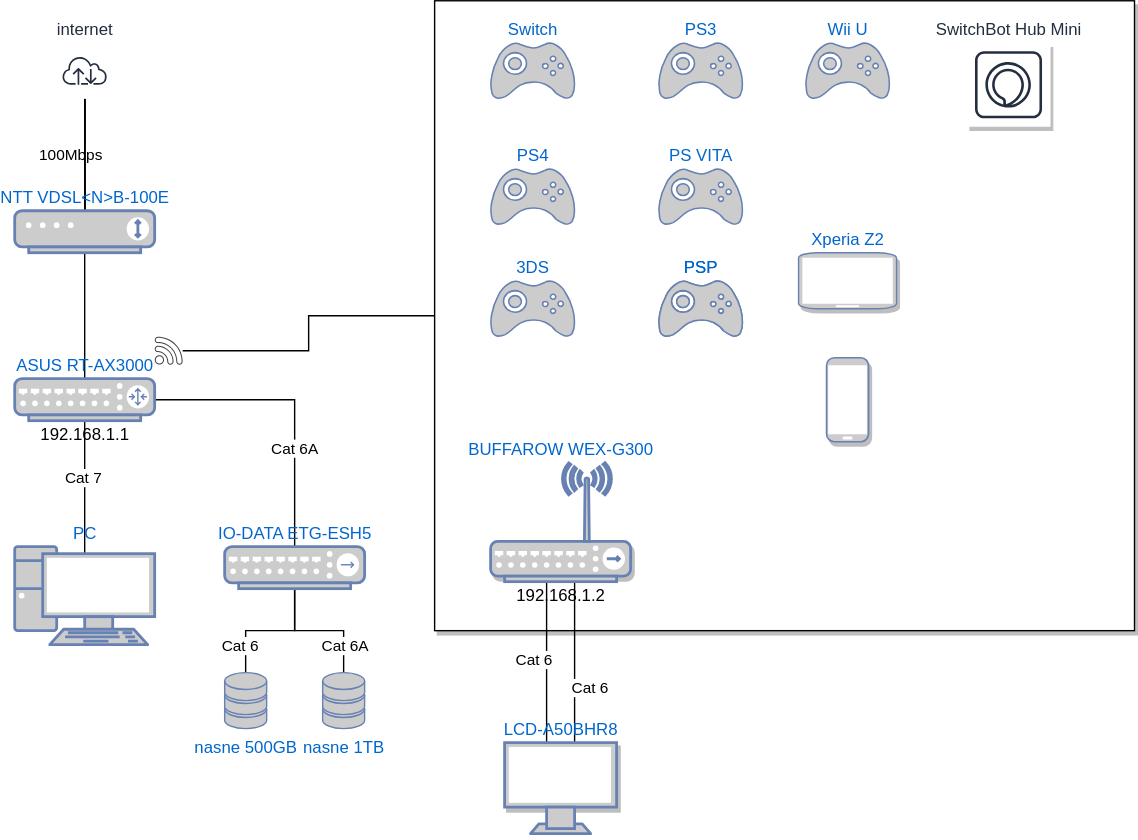
kmor1/home-network keeps this draw.io diagram as home-network.svg. Above is the earlier version. Source tidied: cells renumbered, new cells last; positions are measured from the earlier drawing's top-left corner, leaving out a move shared by most shapes.
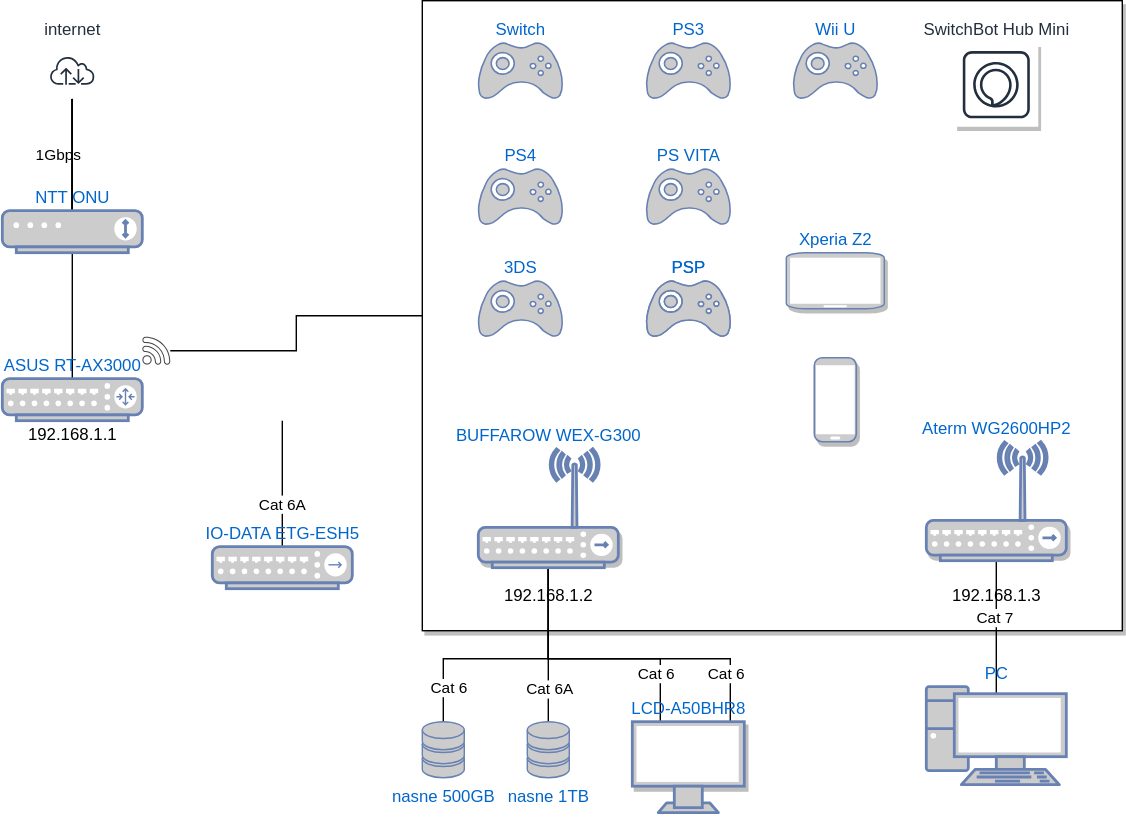
Later version of the same file.

Diff of the diagram source:
```diff
@@ -5,7 +5,7 @@
     <mxCell id="2" style="rounded=0;whiteSpace=wrap;html=1;shadow=1;labelBackgroundColor=none;fillColor=#ffffff;gradientColor=none;" parent="1" vertex="1">
       <mxGeometry x="300" width="500" height="450" as="geometry" />
     </mxCell>
-    <mxCell id="3" value="100Mbps" style="edgeStyle=none;rounded=0;jettySize=auto;html=1;endArrow=none;endFill=0;" parent="1" edge="1" source="9" target="11">
+    <mxCell id="3" value="1Gbps" style="edgeStyle=none;rounded=0;jettySize=auto;html=1;endArrow=none;endFill=0;" parent="1" edge="1" source="9" target="11">
       <mxGeometry y="-10" relative="1" as="geometry" />
     </mxCell>
     <mxCell id="4" style="edgeStyle=none;rounded=0;jettySize=auto;html=1;endArrow=none;endFill=0;strokeColor=#000000;" parent="1" edge="1" source="9" target="11">
@@ -29,10 +29,10 @@
     <mxCell id="10" style="edgeStyle=none;rounded=0;jettySize=auto;html=1;entryX=0.5;entryY=0;entryDx=0;entryDy=0;entryPerimeter=0;endArrow=none;endFill=0;strokeColor=#000000;" parent="1" edge="1" source="11" target="16">
       <mxGeometry relative="1" as="geometry" />
     </mxCell>
-    <mxCell id="11" value="&lt;div&gt;NTT VDSL&amp;lt;N&amp;gt;B-100E&lt;/div&gt;" style="fontColor=#0066CC;verticalAlign=bottom;verticalLabelPosition=top;labelPosition=center;align=center;html=1;outlineConnect=0;fillColor=#CCCCCC;strokeColor=#6881B3;gradientDirection=north;strokeWidth=2;shape=mxgraph.networks.modem;shadow=0;overflow=visible;direction=east;labelBackgroundColor=none;labelBorderColor=none;" parent="1" vertex="1">
+    <mxCell id="11" value="NTT ONU" style="fontColor=#0066CC;verticalAlign=bottom;verticalLabelPosition=top;labelPosition=center;align=center;html=1;outlineConnect=0;fillColor=#CCCCCC;strokeColor=#6881B3;gradientDirection=north;strokeWidth=2;shape=mxgraph.networks.modem;shadow=0;overflow=visible;direction=east;labelBackgroundColor=none;labelBorderColor=none;" parent="1" vertex="1">
       <mxGeometry y="150" width="100" height="30" as="geometry" />
     </mxCell>
-    <mxCell id="12" style="edgeStyle=orthogonalEdgeStyle;rounded=0;jettySize=auto;html=1;entryX=0.5;entryY=0.07;entryDx=0;entryDy=0;entryPerimeter=0;endArrow=none;endFill=0;strokeColor=#000000;" parent="1" edge="1" source="16" target="20">
+    <mxCell id="12" style="edgeStyle=orthogonalEdgeStyle;rounded=0;jettySize=auto;html=1;entryX=0.5;entryY=0.07;entryDx=0;entryDy=0;entryPerimeter=0;endArrow=none;endFill=0;strokeColor=#000000;" parent="1" edge="1" source="46" target="20">
       <mxGeometry relative="1" as="geometry" />
     </mxCell>
     <mxCell id="13" value="Cat 7" style="edgeLabel;html=1;align=center;verticalAlign=middle;" parent="12" vertex="1">
@@ -40,8 +40,10 @@
         <mxPoint y="6" as="offset" />
       </mxGeometry>
     </mxCell>
-    <mxCell id="14" style="edgeStyle=orthogonalEdgeStyle;rounded=0;jettySize=auto;html=1;entryX=0.5;entryY=0;entryDx=0;entryDy=0;entryPerimeter=0;endArrow=none;endFill=0;strokeColor=#000000;" parent="1" edge="1" source="16" target="25">
-      <mxGeometry relative="1" as="geometry" />
+    <mxCell id="14" style="edgeStyle=orthogonalEdgeStyle;rounded=0;jettySize=auto;html=1;entryX=0.5;entryY=0;entryDx=0;entryDy=0;entryPerimeter=0;endArrow=none;endFill=0;strokeColor=#000000;" parent="1" edge="1" target="25">
+      <mxGeometry relative="1" as="geometry">
+        <mxPoint x="200" y="300" as="sourcePoint" />
+      </mxGeometry>
     </mxCell>
     <mxCell id="15" value="Cat 6A" style="edgeLabel;html=1;align=center;verticalAlign=middle;" parent="14" vertex="1">
       <mxGeometry x="0.31" y="-1" relative="1" as="geometry" />
@@ -59,18 +61,28 @@
       <mxGeometry x="100" y="240" width="20" height="20" as="geometry" />
     </mxCell>
     <mxCell id="20" value="PC" style="fontColor=#0066CC;verticalAlign=bottom;verticalLabelPosition=top;labelPosition=center;align=center;html=1;outlineConnect=0;fillColor=#CCCCCC;strokeColor=#6881B3;gradientColor=none;gradientDirection=north;strokeWidth=2;shape=mxgraph.networks.pc;shadow=0;labelBackgroundColor=none;" parent="1" vertex="1">
-      <mxGeometry y="390" width="100" height="70" as="geometry" />
+      <mxGeometry x="660" y="490" width="100" height="70" as="geometry" />
     </mxCell>
-    <mxCell id="21" style="edgeStyle=orthogonalEdgeStyle;rounded=0;jettySize=auto;html=1;entryX=0.5;entryY=0;entryDx=0;entryDy=0;entryPerimeter=0;endArrow=none;endFill=0;strokeColor=#000000;" parent="1" edge="1" source="25" target="26">
-      <mxGeometry relative="1" as="geometry" />
+    <mxCell id="21" style="edgeStyle=orthogonalEdgeStyle;rounded=0;jettySize=auto;html=1;entryX=0.5;entryY=0;entryDx=0;entryDy=0;entryPerimeter=0;endArrow=none;endFill=0;strokeColor=#000000;" parent="1" edge="1" source="38" target="26">
+      <mxGeometry relative="1" as="geometry">
+        <Array as="points">
+          <mxPoint x="390" y="470" />
+          <mxPoint x="315" y="470" />
+        </Array>
+      </mxGeometry>
     </mxCell>
     <mxCell id="22" value="Cat 6" style="edgeLabel;html=1;align=center;verticalAlign=middle;" parent="21" vertex="1">
       <mxGeometry x="0.39" y="-1" relative="1" as="geometry">
-        <mxPoint x="-4" y="9" as="offset" />
+        <mxPoint x="-8" y="21" as="offset" />
       </mxGeometry>
     </mxCell>
-    <mxCell id="23" style="edgeStyle=orthogonalEdgeStyle;rounded=0;jettySize=auto;html=1;entryX=0.5;entryY=0;entryDx=0;entryDy=0;entryPerimeter=0;endArrow=none;endFill=0;strokeColor=#000000;" parent="1" edge="1" source="25" target="27">
-      <mxGeometry relative="1" as="geometry" />
+    <mxCell id="23" style="edgeStyle=orthogonalEdgeStyle;rounded=0;jettySize=auto;html=1;entryX=0.5;entryY=0;entryDx=0;entryDy=0;entryPerimeter=0;endArrow=none;endFill=0;strokeColor=#000000;" parent="1" edge="1" source="38" target="27">
+      <mxGeometry relative="1" as="geometry">
+        <Array as="points">
+          <mxPoint x="390" y="480" />
+          <mxPoint x="390" y="480" />
+        </Array>
+      </mxGeometry>
     </mxCell>
     <mxCell id="24" value="Cat 6A" style="edgeLabel;html=1;align=center;verticalAlign=middle;" parent="23" vertex="1">
       <mxGeometry x="0.45" relative="1" as="geometry">
@@ -81,10 +93,10 @@
       <mxGeometry x="150" y="390" width="100" height="30" as="geometry" />
     </mxCell>
     <mxCell id="26" value="nasne 500GB" style="fontColor=#0066CC;verticalAlign=top;verticalLabelPosition=bottom;labelPosition=center;align=center;html=1;outlineConnect=0;fillColor=#CCCCCC;strokeColor=#6881B3;gradientColor=none;gradientDirection=north;strokeWidth=2;shape=mxgraph.networks.storage;shadow=0;labelBackgroundColor=none;" parent="1" vertex="1">
-      <mxGeometry x="150" y="480" width="30" height="40" as="geometry" />
+      <mxGeometry x="300" y="515" width="30" height="40" as="geometry" />
     </mxCell>
     <mxCell id="27" value="nasne 1TB" style="fontColor=#0066CC;verticalAlign=top;verticalLabelPosition=bottom;labelPosition=center;align=center;html=1;outlineConnect=0;fillColor=#CCCCCC;strokeColor=#6881B3;gradientColor=none;gradientDirection=north;strokeWidth=2;shape=mxgraph.networks.storage;shadow=0;labelBackgroundColor=none;" parent="1" vertex="1">
-      <mxGeometry x="220" y="480" width="30" height="40" as="geometry" />
+      <mxGeometry x="375" y="515" width="30" height="40" as="geometry" />
     </mxCell>
     <mxCell id="28" value="&lt;div&gt;PS4&lt;/div&gt;" style="fontColor=#0066CC;verticalAlign=bottom;verticalLabelPosition=top;labelPosition=center;align=center;html=1;fillColor=#CCCCCC;strokeColor=#6881B3;gradientColor=none;gradientDirection=north;strokeWidth=2;shape=mxgraph.networks.gamepad;shadow=0;labelBackgroundColor=none;" parent="1" vertex="1">
       <mxGeometry x="340" y="120" width="60" height="40" as="geometry" />
@@ -107,34 +119,34 @@
     <mxCell id="34" style="edgeStyle=orthogonalEdgeStyle;rounded=0;jettySize=auto;html=1;endArrow=none;endFill=0;strokeColor=#000000;" parent="1" edge="1" source="38" target="39">
       <mxGeometry relative="1" as="geometry">
         <Array as="points">
-          <mxPoint x="380" y="470" />
-          <mxPoint x="380" y="470" />
+          <mxPoint x="390" y="470" />
+          <mxPoint x="470" y="470" />
         </Array>
       </mxGeometry>
     </mxCell>
     <mxCell id="35" value="Cat 6" style="edgeLabel;html=1;align=center;verticalAlign=middle;" parent="34" vertex="1">
       <mxGeometry x="0.15" y="3" relative="1" as="geometry">
-        <mxPoint x="-13" y="-11" as="offset" />
+        <mxPoint x="32" y="13" as="offset" />
       </mxGeometry>
     </mxCell>
     <mxCell id="36" style="edgeStyle=orthogonalEdgeStyle;rounded=0;jettySize=auto;html=1;endArrow=none;endFill=0;strokeColor=#000000;" parent="1" edge="1" source="38" target="39">
       <mxGeometry relative="1" as="geometry">
         <Array as="points">
-          <mxPoint x="400" y="470" />
-          <mxPoint x="400" y="470" />
+          <mxPoint x="390" y="470" />
+          <mxPoint x="520" y="470" />
         </Array>
       </mxGeometry>
     </mxCell>
     <mxCell id="37" value="Cat 6" style="edgeLabel;html=1;align=center;verticalAlign=middle;" parent="36" vertex="1">
       <mxGeometry x="0.18" y="5" relative="1" as="geometry">
-        <mxPoint x="5" y="7" as="offset" />
+        <mxPoint x="49" y="15" as="offset" />
       </mxGeometry>
     </mxCell>
     <mxCell id="38" value="BUFFAROW WEX-G300" style="fontColor=#0066CC;verticalAlign=bottom;verticalLabelPosition=top;labelPosition=center;align=center;html=1;outlineConnect=0;fillColor=#CCCCCC;strokeColor=#6881B3;gradientColor=none;gradientDirection=north;strokeWidth=2;shape=mxgraph.networks.wireless_hub;shadow=1;labelBackgroundColor=none;" parent="1" vertex="1">
-      <mxGeometry x="340" y="330" width="100" height="85" as="geometry" />
+      <mxGeometry x="340" y="320" width="100" height="85" as="geometry" />
     </mxCell>
     <mxCell id="39" value="LCD-A50BHR8" style="fontColor=#0066CC;verticalAlign=bottom;verticalLabelPosition=top;labelPosition=center;align=center;html=1;outlineConnect=0;fillColor=#CCCCCC;strokeColor=#6881B3;gradientColor=none;gradientDirection=north;strokeWidth=2;shape=mxgraph.networks.monitor;shadow=1;labelBackgroundColor=none;" parent="1" vertex="1">
-      <mxGeometry x="350" y="530" width="80" height="65" as="geometry" />
+      <mxGeometry x="450" y="515" width="80" height="65" as="geometry" />
     </mxCell>
     <mxCell id="40" style="fontColor=#0066CC;verticalAlign=top;verticalLabelPosition=bottom;labelPosition=center;align=center;html=1;fillColor=#CCCCCC;strokeColor=#6881B3;gradientColor=none;gradientDirection=north;strokeWidth=2;shape=mxgraph.networks.mobile;shadow=1;labelBackgroundColor=none;" parent="1" vertex="1">
       <mxGeometry x="580" y="255" width="30" height="60" as="geometry" />
@@ -154,5 +166,11 @@
     <mxCell id="45" value="&lt;div&gt;192.168.1.2&lt;/div&gt;" style="text;html=1;align=center;verticalAlign=middle;fillColor=none;strokeColor=none;rounded=0;shadow=0;labelBackgroundColor=none;" parent="1" vertex="1">
       <mxGeometry x="350" y="415" width="80" height="20" as="geometry" />
     </mxCell>
+    <mxCell id="46" value="Aterm WG2600HP2" style="fontColor=#0066CC;verticalAlign=bottom;verticalLabelPosition=top;labelPosition=center;align=center;html=1;outlineConnect=0;fillColor=#CCCCCC;strokeColor=#6881B3;gradientColor=none;gradientDirection=north;strokeWidth=2;shape=mxgraph.networks.wireless_hub;shadow=1;labelBackgroundColor=none;" parent="1" vertex="1">
+      <mxGeometry x="660" y="315" width="100" height="85" as="geometry" />
+    </mxCell>
+    <mxCell id="47" value="&lt;div&gt;192.168.1.3&lt;/div&gt;" style="text;html=1;align=center;verticalAlign=middle;fillColor=none;strokeColor=none;rounded=0;shadow=0;labelBackgroundColor=none;" parent="1" vertex="1">
+      <mxGeometry x="670" y="415" width="80" height="20" as="geometry" />
+    </mxCell>
   </root>
 </mxGraphModel>
```
